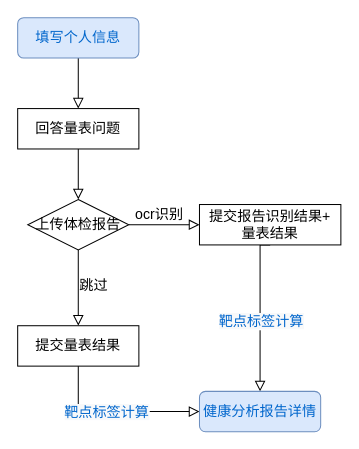
Before: page "c端" (1 of 4) of C端.drawio in star-devil/diagramsFiles, a draw.io diagram. Source tidied: cells renumbered, new cells numbered last; positions are measured from the earlier drawing's top-left corner, leaving out a move shared by most shapes. Both pictures are drawn from the tidied source at 101%, with x=0, y=0 at pixel (17, 17).
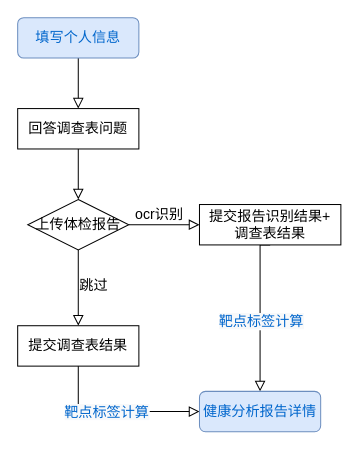
The same page after the edit.

The edit, as a diff of the source:
```diff
@@
-    <mxCell id="5" value="回答量表问题" style="rounded=0;whiteSpace=wrap;html=1;fontFamily=Helvetica;fontSize=14;fontColor=default;" parent="1" vertex="1">
+    <mxCell id="5" value="回答调查表问题" style="rounded=0;whiteSpace=wrap;html=1;fontFamily=Helvetica;fontSize=14;fontColor=default;" parent="1" vertex="1">
       <mxGeometry y="90" width="120" height="40" as="geometry" />
     </mxCell>
@@
-    <mxCell id="11" value="提交量表结果" style="whiteSpace=wrap;html=1;fontSize=14;rounded=0;" parent="1" vertex="1">
+    <mxCell id="11" value="提交调查表结果" style="whiteSpace=wrap;html=1;fontSize=14;rounded=0;" parent="1" vertex="1">
       <mxGeometry y="305" width="120" height="40" as="geometry" />
     </mxCell>
@@
-    <mxCell id="15" value="提交报告识别结果+&lt;br style=&quot;font-size: 14px;&quot;&gt;量表结果" style="whiteSpace=wrap;html=1;fontSize=14;rounded=0;" parent="1" vertex="1">
+    <mxCell id="15" value="提交报告识别结果+&lt;br style=&quot;font-size: 14px;&quot;&gt;调查表结果" style="whiteSpace=wrap;html=1;fontSize=14;rounded=0;" parent="1" vertex="1">
       <mxGeometry x="180" y="185" width="140" height="40" as="geometry" />
     </mxCell>
```
